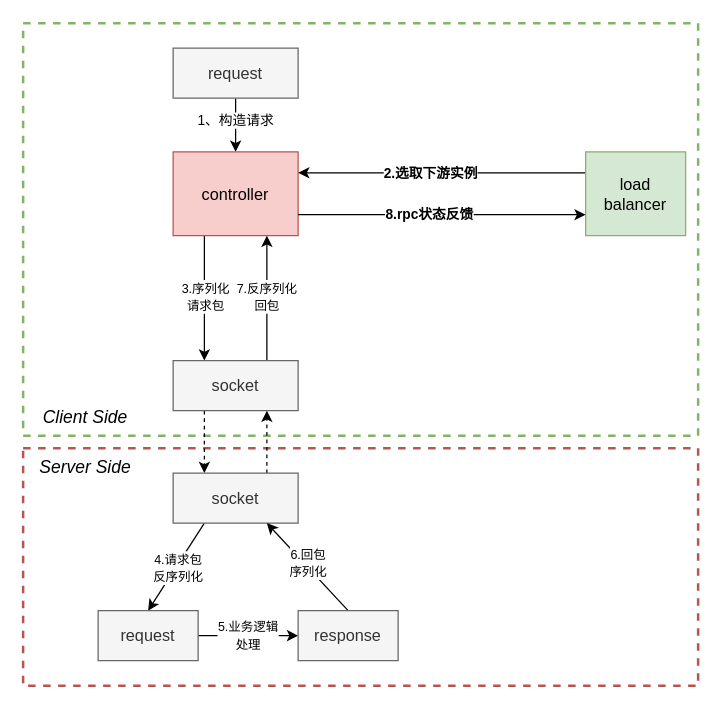
Above: page "第 2 页" (2 of 2) of laplus.drawio in yantao006/draw_io (draw.io), before the change. Source tidied: cells renumbered, new cells numbered last; positions are measured from the earlier drawing's top-left corner, leaving out a move shared by most shapes. Both pictures are drawn from the tidied source at 125%, with x=0, y=0 at pixel (22, 22).
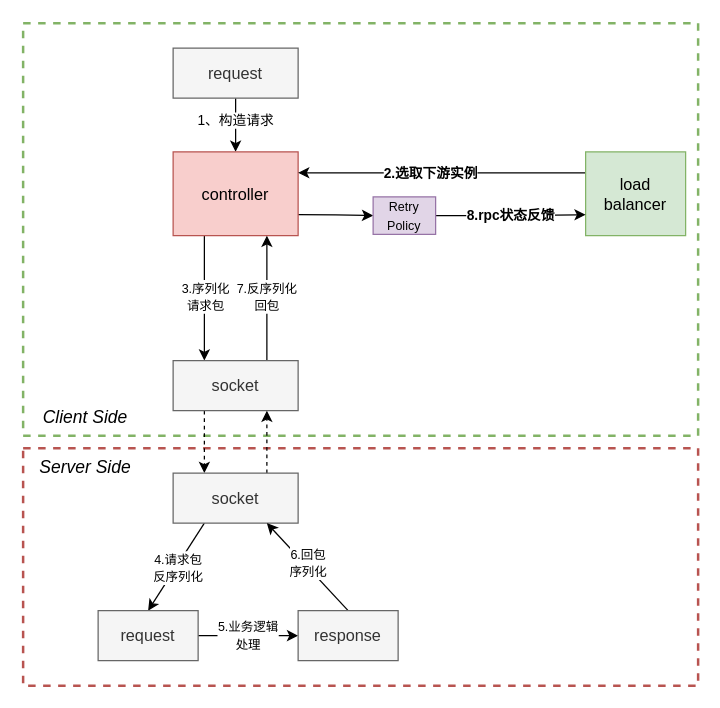
After the change.

The change refers to these unchanged cells:
```xml
<mxCell id="9" value="&lt;span style=&quot;font-size: 13px;&quot;&gt;controller&lt;br&gt;&lt;/span&gt;" style="rounded=0;whiteSpace=wrap;html=1;fillColor=#f8cecc;strokeColor=#b85450;" parent="1" vertex="1">
  <mxGeometry x="120" y="103" width="100" height="67" as="geometry" />
</mxCell>
<mxCell id="21" value="&lt;span style=&quot;font-size: 13px;&quot;&gt;load&lt;br&gt;balancer&lt;br&gt;&lt;/span&gt;" style="rounded=0;whiteSpace=wrap;html=1;fillColor=#d5e8d4;strokeColor=#82b366;" parent="1" vertex="1">
  <mxGeometry x="450" y="103" width="80" height="67" as="geometry" />
</mxCell>
```

The edit, as a diff of the source:
```diff
@@
+    <mxCell id="30" style="edgeStyle=orthogonalEdgeStyle;rounded=0;jettySize=auto;html=1;exitX=1;exitY=0.75;exitDx=0;exitDy=0;entryX=0;entryY=0.5;entryDx=0;entryDy=0;" parent="1" edge="1" source="9" target="32">
+      <mxGeometry relative="1" as="geometry" />
+    </mxCell>
@@
-    <mxCell id="22" style="edgeStyle=orthogonalEdgeStyle;rounded=0;jettySize=auto;html=1;entryX=0;entryY=0.75;entryDx=0;entryDy=0;exitX=1;exitY=0.75;exitDx=0;exitDy=0;" parent="1" edge="1" source="9" target="21">
-      <mxGeometry relative="1" as="geometry" />
-    </mxCell>
-    <mxCell id="23" value="&lt;b&gt;8.rpc状态反馈&lt;/b&gt;" style="edgeLabel;html=1;align=center;verticalAlign=middle;" parent="22" vertex="1">
-      <mxGeometry x="-0.1" y="1" relative="1" as="geometry" />
-    </mxCell>
@@
+    <mxCell id="31" style="edgeStyle=orthogonalEdgeStyle;rounded=0;jettySize=auto;html=1;exitX=1;exitY=0.5;exitDx=0;exitDy=0;entryX=0;entryY=0.75;entryDx=0;entryDy=0;" parent="1" edge="1" source="32" target="21">
+      <mxGeometry relative="1" as="geometry" />
+    </mxCell>
+    <mxCell id="23" value="&lt;b style=&quot;border-color: var(--border-color);&quot;&gt;8.rpc状态反馈&lt;/b&gt;" style="edgeLabel;html=1;align=center;verticalAlign=middle;" parent="31" vertex="1">
+      <mxGeometry x="-0.02" y="1" relative="1" as="geometry" />
+    </mxCell>
+    <mxCell id="32" value="&lt;font style=&quot;font-size: 10px;&quot;&gt;Retry&lt;br&gt;Policy&lt;/font&gt;" style="rounded=0;whiteSpace=wrap;html=1;fillColor=#e1d5e7;strokeColor=#9673a6;" parent="1" vertex="1">
+      <mxGeometry x="280" y="139" width="50" height="30" as="geometry" />
+    </mxCell>
```
